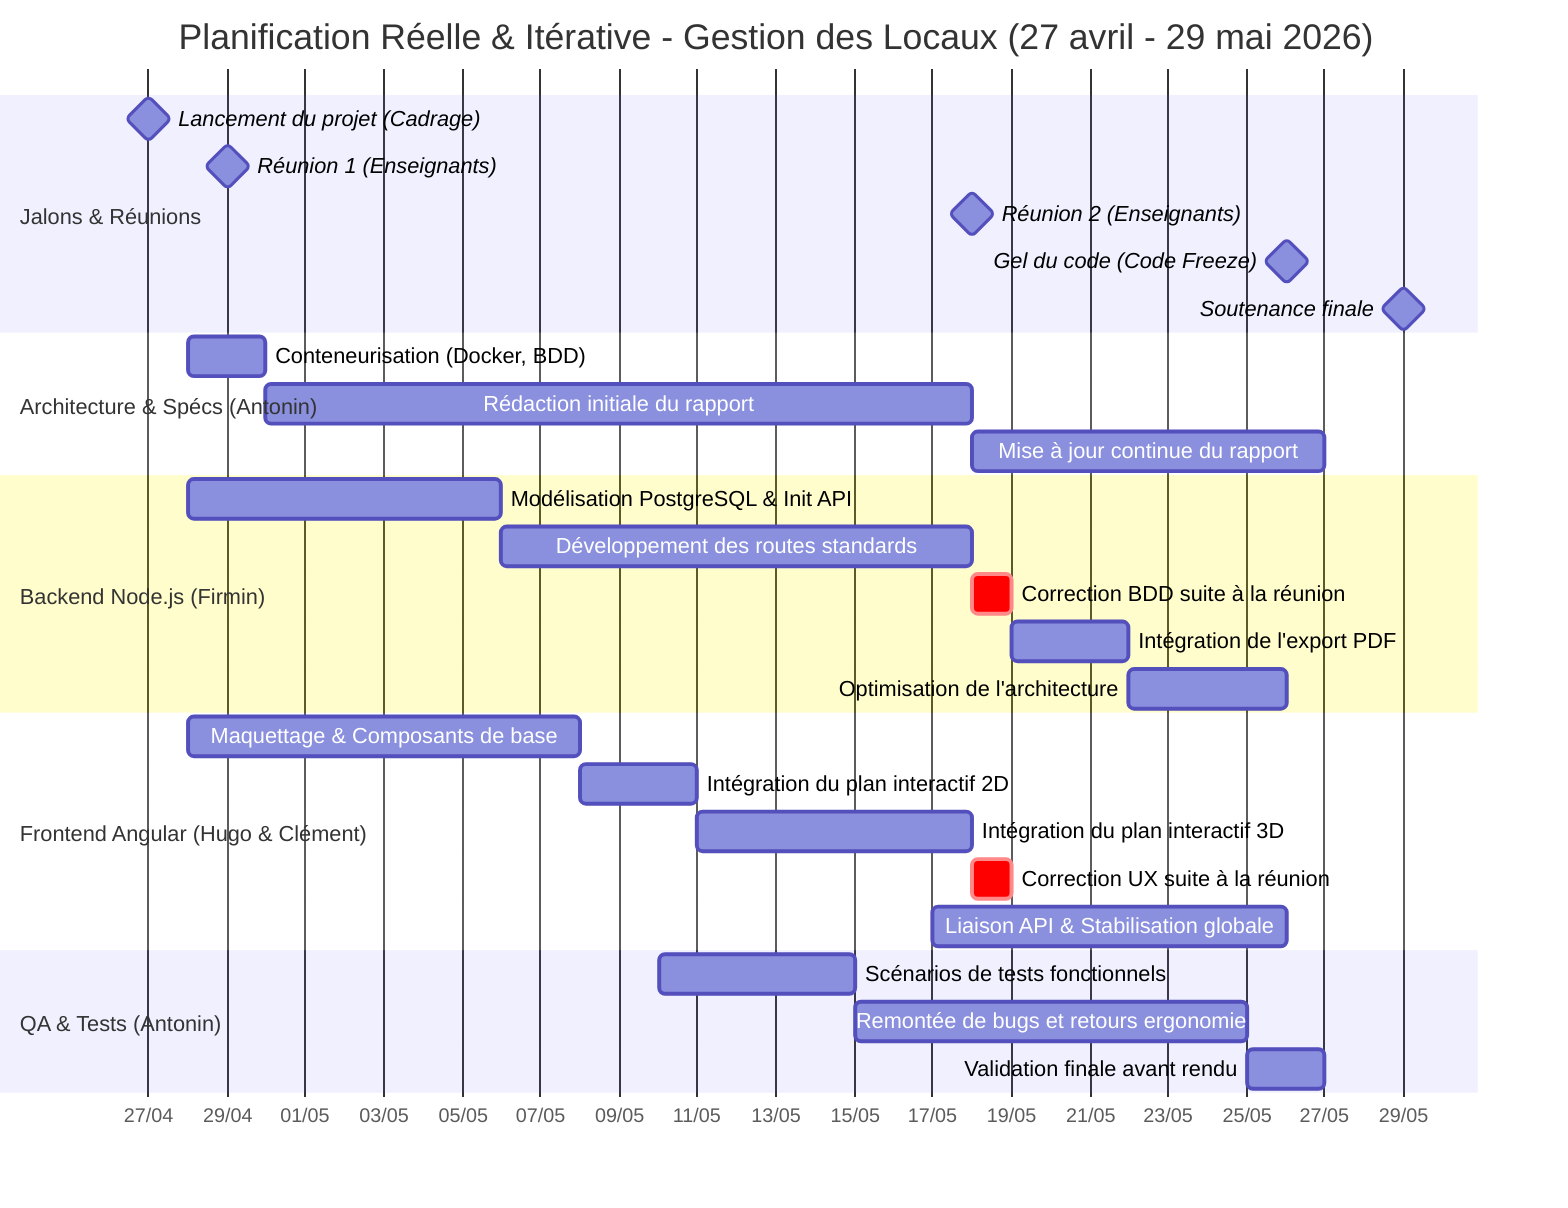
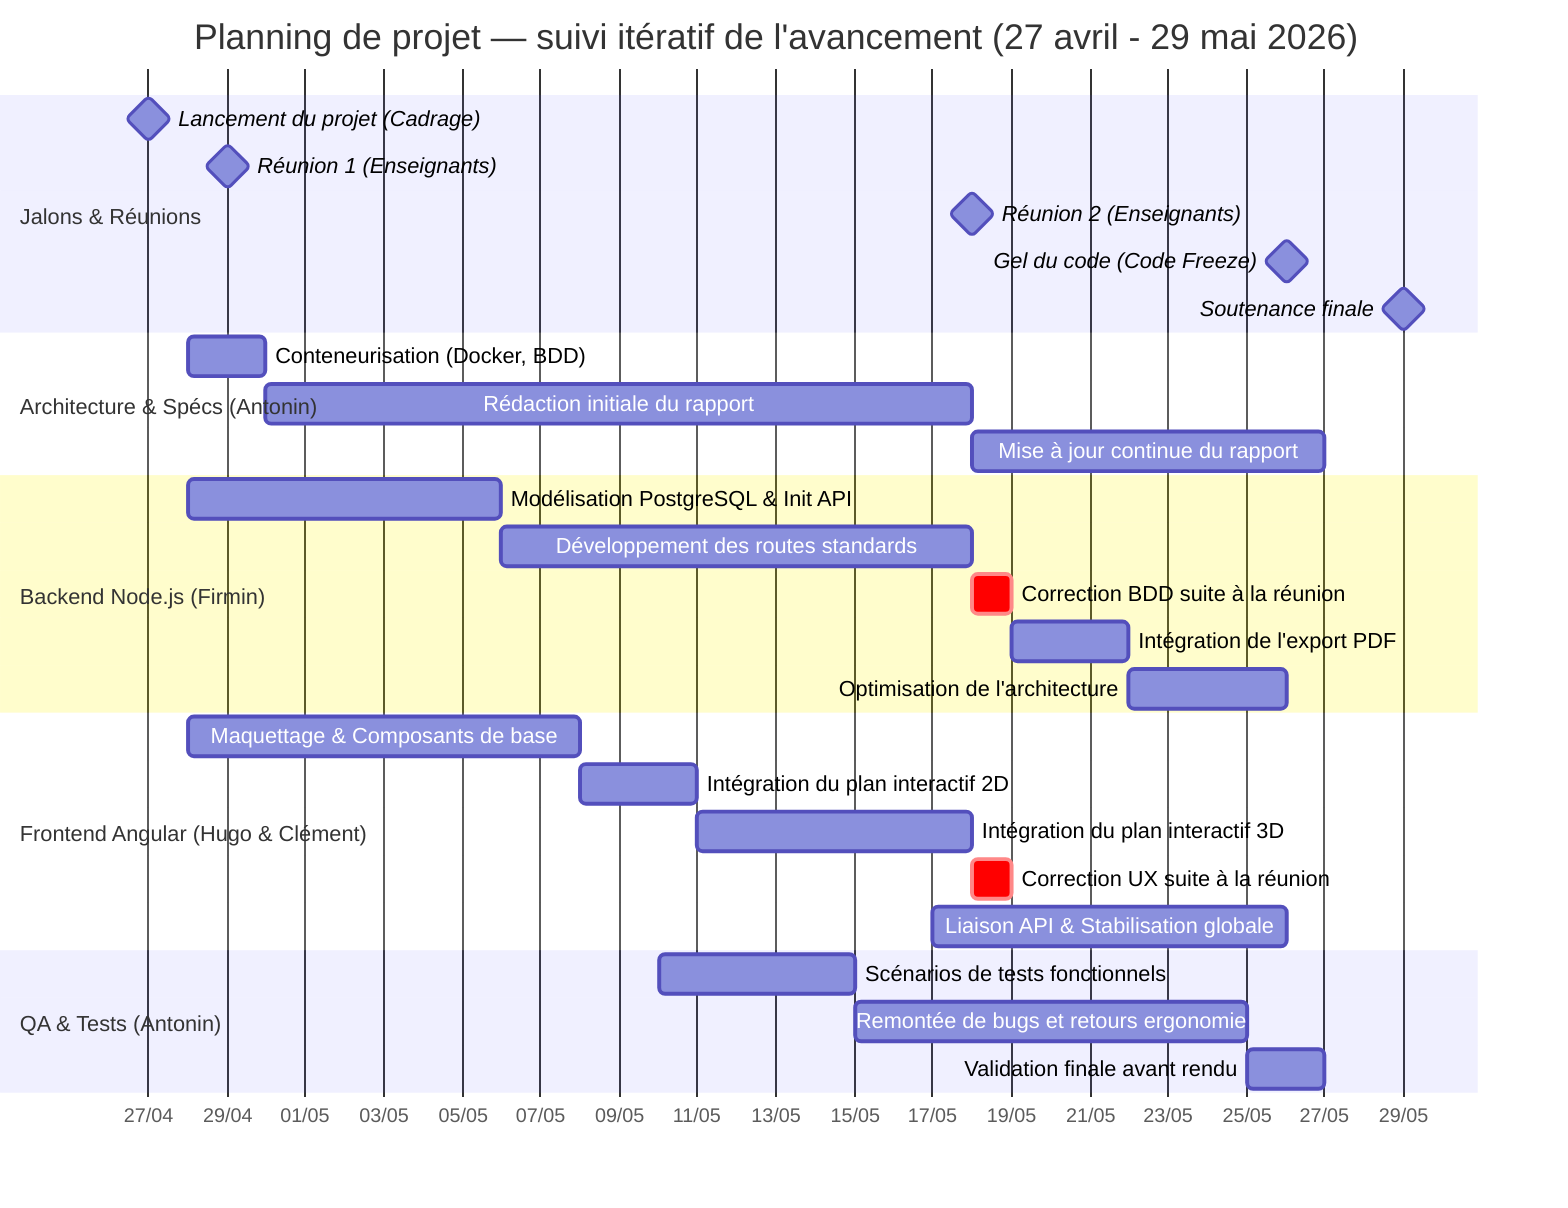
%%{init: {'gantt': {'chartWidth': 1600}}}%%
gantt
-     title Planification Réelle & Itérative - Gestion des Locaux (27 avril - 29 mai 2026)
+     title Planning de projet — suivi itératif de l'avancement (27 avril - 29 mai 2026)
    dateFormat  YYYY-MM-DD
    axisFormat  %d/%m

    section Jalons & Réunions
    Lancement du projet (Cadrage)            :milestone, m1, 2026-04-27, 0d
    Réunion 1 (Enseignants)                  :milestone, m2, 2026-04-29, 0d
    Réunion 2 (Enseignants)                  :milestone, m2, 2026-05-18, 0d
    Gel du code (Code Freeze)                :milestone, m3, 2026-05-26, 0d
    Soutenance finale                        :milestone, m4, 2026-05-29, 0d

    section Architecture & Spécs (Antonin)
    Conteneurisation (Docker, BDD)           :d1, 2026-04-28, 2d
    Rédaction initiale du rapport            :d2, 2026-04-30, 18d
    Mise à jour continue du rapport          :d3, 2026-05-18, 9d

    section Backend Node.js (Firmin)
    Modélisation PostgreSQL & Init API       :b1, 2026-04-28, 8d
    Développement des routes standards       :b2, 2026-05-06, 12d
    Correction BDD suite à la réunion        :crit, b3, 2026-05-18, 1d
    Intégration de l'export PDF              :b4, 2026-05-19, 3d
    Optimisation de l'architecture           :b5, 2026-05-22, 4d

    section Frontend Angular (Hugo & Clément)
    Maquettage & Composants de base          :f1, 2026-04-28, 10d
    Intégration du plan interactif 2D        :f2, 2026-05-08, 3d
    Intégration du plan interactif 3D        :f2, 2026-05-11, 7d
    Correction UX suite à la réunion         :crit, f3, 2026-05-18, 1d
    Liaison API & Stabilisation globale      :f4, 2026-05-17, 9d

    section QA & Tests (Antonin)
    Scénarios de tests fonctionnels          :q1, 2026-05-10, 5d
    Remontée de bugs et retours ergonomie    :q2, 2026-05-15, 10d
    Validation finale avant rendu            :q3, 2026-05-25, 2d


